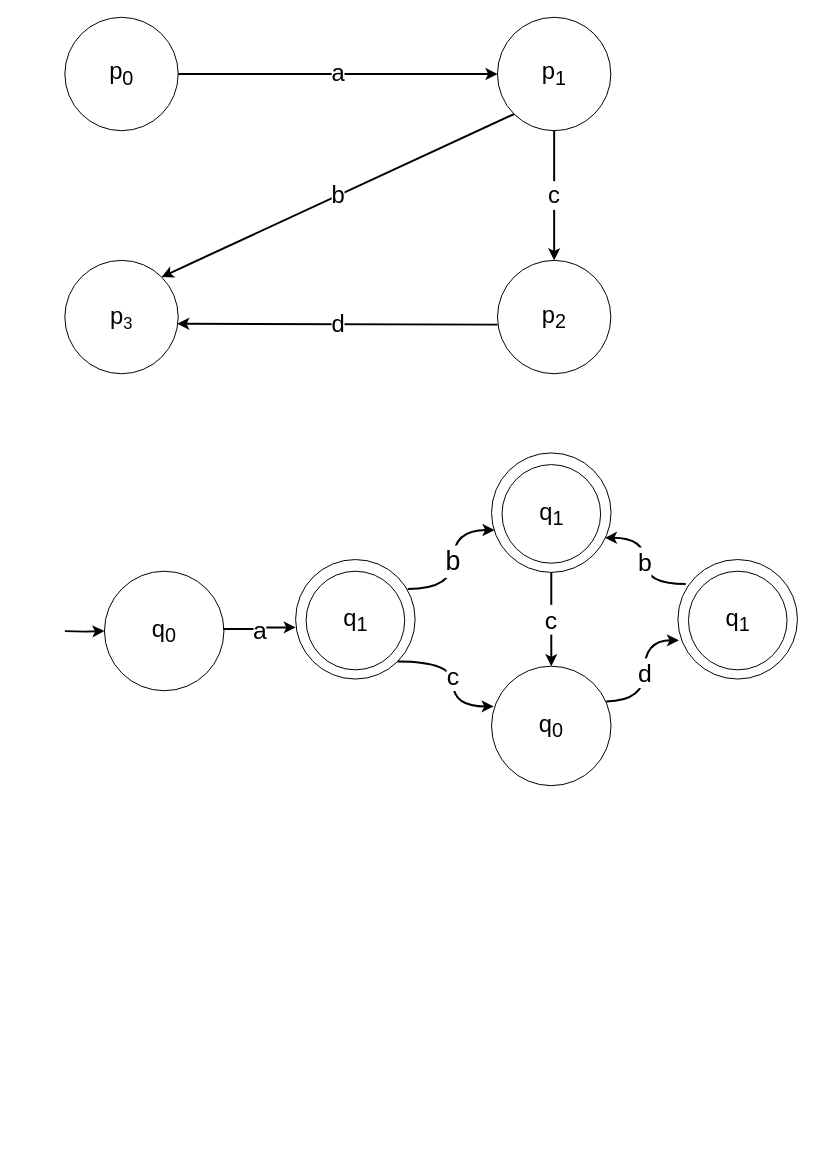
The draw.io diagram thesisdrawing.drawio in olliglorioso/datasets, before the edit. Source tidied: cells renumbered, new cells numbered last; positions are measured from the earlier drawing's top-left corner, leaving out a move shared by most shapes. Both pictures are drawn from the tidied source at 99%, with x=0, y=0 at pixel (64, 17).
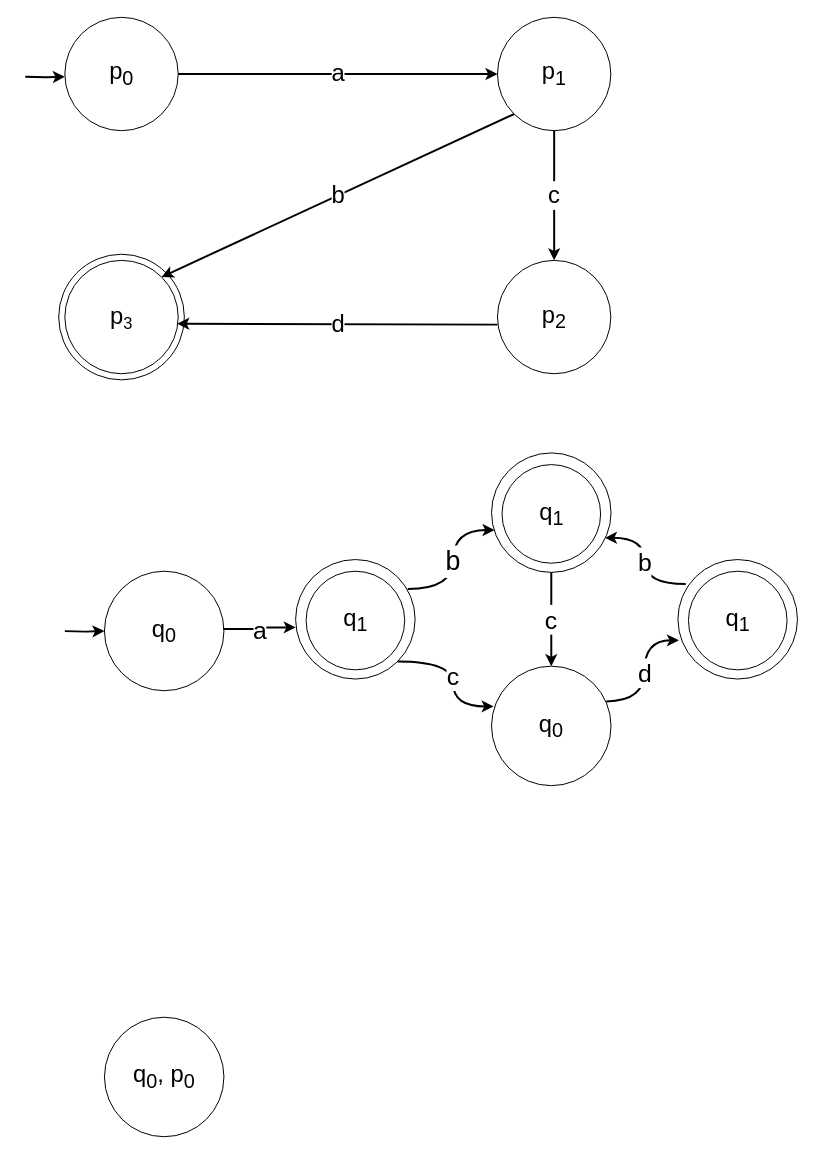
Above is the later version.

Diff of the diagram source:
```diff
@@
     <mxCell id="2" style="group;" parent="1" vertex="1">
-      <mxGeometry width="570" height="360" as="geometry" />
+      <mxGeometry width="570" height="366.2" as="geometry" />
     </mxCell>
@@
+    <mxCell id="30" style="ellipse;whiteSpace=wrap;html=1;fillColor=none;" parent="2" vertex="1">
+      <mxGeometry x="-6.2" y="239.3" width="126.9" height="126.9" as="geometry" />
+    </mxCell>
@@
+    <mxCell id="31" value="&lt;span style=&quot;font-size: 24px;&quot;&gt;q&lt;sub&gt;0&lt;/sub&gt;, p&lt;sub&gt;0&lt;/sub&gt;&lt;/span&gt;" style="ellipse;whiteSpace=wrap;html=1;" parent="1" vertex="1">
+      <mxGeometry x="40" y="1010" width="120.7" height="120.7" as="geometry" />
+    </mxCell>
+    <mxCell id="32" style="edgeStyle=orthogonalEdgeStyle;rounded=0;orthogonalLoop=1;jettySize=auto;html=1;entryX=0;entryY=0.5;entryDx=0;entryDy=0;strokeWidth=2;" parent="1" edge="1">
+      <mxGeometry relative="1" as="geometry">
+        <mxPoint x="-40" y="60" as="sourcePoint" />
+        <mxPoint y="60" as="targetPoint" />
+      </mxGeometry>
+    </mxCell>
```
